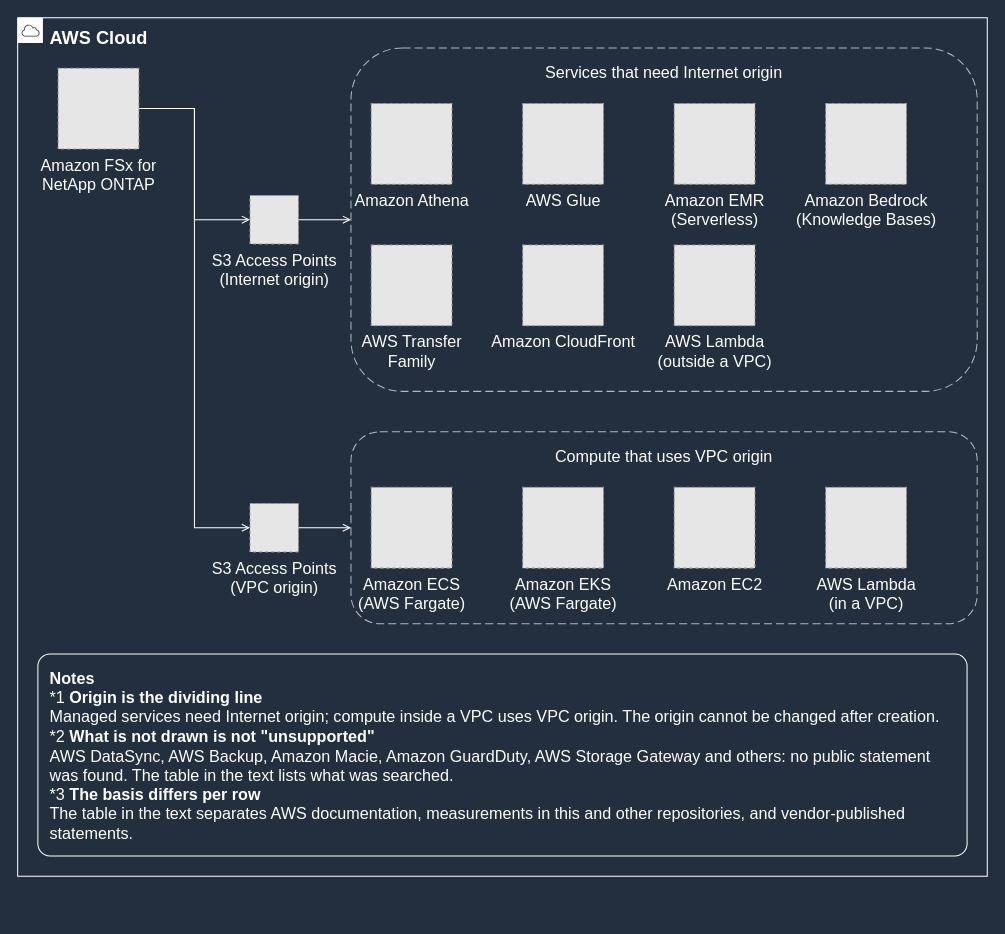
This is docs/_assets/diagrams/s3ap-consumer-map-en-dark.drawio from Yoshiki0705/FSx-for-ONTAP-Container-Datastore-Patterns, a draw.io file, before an edit. Source tidied: cells renumbered, new cells numbered last; positions are measured from the earlier drawing's top-left corner, leaving out a move shared by most shapes. Both pictures are drawn from the tidied source at 101%, with x=0, y=0 at pixel (17, 17). Pictures stored in the file or linked from it are replaced by grey dashed boxes.
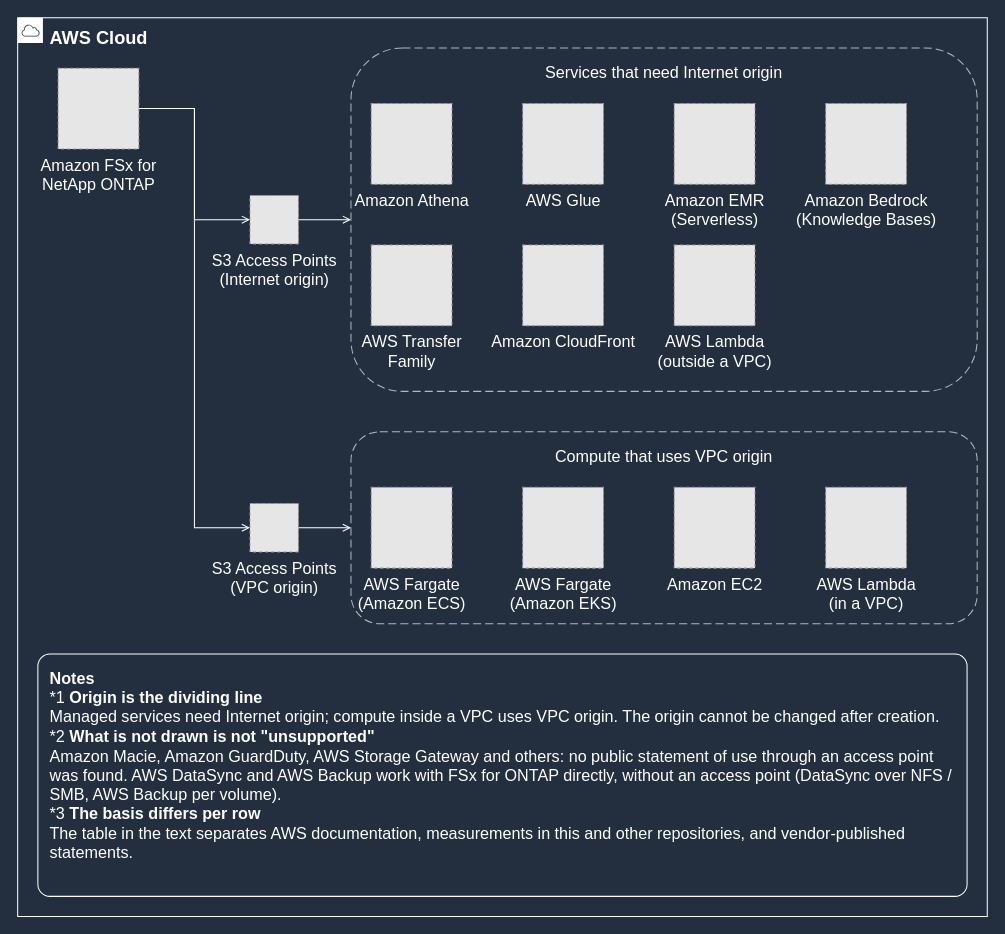
The same page after the edit.

Diff of the diagram source:
```diff
@@
     <mxCell id="6" value="AWS Cloud" style="gradientColor=none;html=1;whiteSpace=wrap;fontSize=18;fontStyle=1;fontColor=#FFFFFF;shape=mxgraph.aws4.group;grIcon=mxgraph.aws4.group_aws_cloud;strokeColor=#FFFFFF;fillColor=none;verticalAlign=top;align=left;spacingLeft=30;spacingTop=4;dashed=0;labelBackgroundColor=#232F3E;" parent="1" vertex="1">
-      <mxGeometry width="960" height="850" as="geometry" />
+      <mxGeometry width="960" height="890" as="geometry" />
     </mxCell>
@@
-    <mxCell id="9" value="&lt;b&gt;Notes&lt;/b&gt;&lt;br&gt;*1 &lt;b&gt;Origin is the dividing line&lt;/b&gt;&lt;br&gt;Managed services need Internet origin; compute inside a VPC uses VPC origin. The origin cannot be changed after creation.&lt;br&gt;*2 &lt;b&gt;What is not drawn is not &quot;unsupported&quot;&lt;/b&gt;&lt;br&gt;AWS DataSync, AWS Backup, Amazon Macie, Amazon GuardDuty, AWS Storage Gateway and others: no public statement was found. The table in the text lists what was searched.&lt;br&gt;*3 &lt;b&gt;The basis differs per row&lt;/b&gt;&lt;br&gt;The table in the text separates AWS documentation, measurements in this and other repositories, and vendor-published statements." style="rounded=1;absoluteArcSize=1;arcSize=24;whiteSpace=wrap;html=1;strokeColor=#FFFFFF;fillColor=none;fontColor=#FFFFFF;fontSize=16;verticalAlign=top;align=left;spacingLeft=10;spacingRight=10;spacingTop=8;" parent="1" vertex="1">
-      <mxGeometry x="20" y="630" width="920" height="200" as="geometry" />
+    <mxCell id="9" value="&lt;b&gt;Notes&lt;/b&gt;&lt;br&gt;*1 &lt;b&gt;Origin is the dividing line&lt;/b&gt;&lt;br&gt;Managed services need Internet origin; compute inside a VPC uses VPC origin. The origin cannot be changed after creation.&lt;br&gt;*2 &lt;b&gt;What is not drawn is not &quot;unsupported&quot;&lt;/b&gt;&lt;br&gt;Amazon Macie, Amazon GuardDuty, AWS Storage Gateway and others: no public statement of use through an access point was found. AWS DataSync and AWS Backup work with FSx for ONTAP directly, without an access point (DataSync over NFS / SMB, AWS Backup per volume).&lt;br&gt;*3 &lt;b&gt;The basis differs per row&lt;/b&gt;&lt;br&gt;The table in the text separates AWS documentation, measurements in this and other repositories, and vendor-published statements." style="rounded=1;absoluteArcSize=1;arcSize=24;whiteSpace=wrap;html=1;strokeColor=#FFFFFF;fillColor=none;fontColor=#FFFFFF;fontSize=16;verticalAlign=top;align=left;spacingLeft=10;spacingRight=10;spacingTop=8;" parent="1" vertex="1">
+      <mxGeometry x="20" y="630" width="920" height="240" as="geometry" />
     </mxCell>
@@
-    <mxCell id="20" value="Amazon ECS&lt;br&gt;(AWS Fargate)" style="fillColor=#E6E6E6;strokeColor=#999999;dashed=1;html=1;verticalLabelPosition=bottom;verticalAlign=top;labelPosition=center;align=center;fontSize=16;fontColor=#FFFFFF;" parent="1" vertex="1">
+    <mxCell id="20" value="AWS Fargate&lt;br&gt;(Amazon ECS)" style="fillColor=#E6E6E6;strokeColor=#999999;dashed=1;html=1;verticalLabelPosition=bottom;verticalAlign=top;labelPosition=center;align=center;fontSize=16;fontColor=#FFFFFF;" parent="1" vertex="1">
       <mxGeometry x="350" y="465" width="80" height="80" as="geometry" />
     </mxCell>
-    <mxCell id="21" value="Amazon EKS&lt;br&gt;(AWS Fargate)" style="fillColor=#E6E6E6;strokeColor=#999999;dashed=1;html=1;verticalLabelPosition=bottom;verticalAlign=top;labelPosition=center;align=center;fontSize=16;fontColor=#FFFFFF;" parent="1" vertex="1">
+    <mxCell id="21" value="AWS Fargate&lt;br&gt;(Amazon EKS)" style="fillColor=#E6E6E6;strokeColor=#999999;dashed=1;html=1;verticalLabelPosition=bottom;verticalAlign=top;labelPosition=center;align=center;fontSize=16;fontColor=#FFFFFF;" parent="1" vertex="1">
       <mxGeometry x="500" y="465" width="80" height="80" as="geometry" />
     </mxCell>
```
